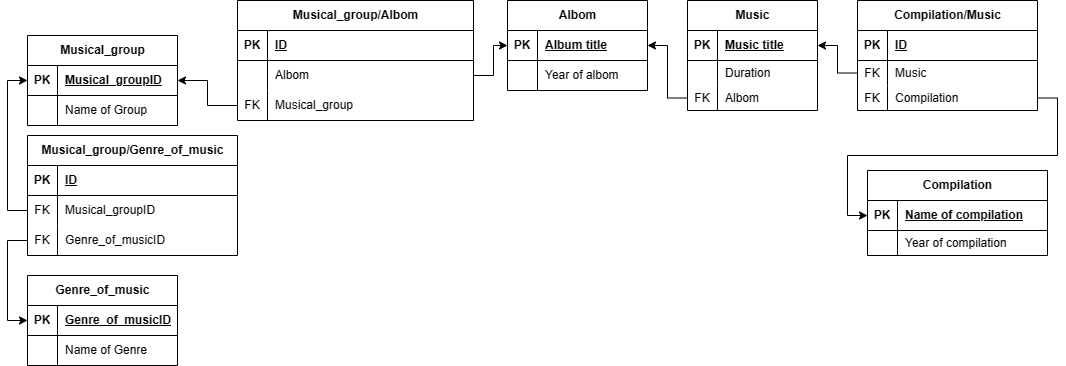
This is Music_extend.png from IosifStatham/Music-BD, a draw.io export, as it was before one commit. Source tidied: cells renumbered, new cells last; positions are measured from the earlier drawing's top-left corner, leaving out a move shared by most shapes.
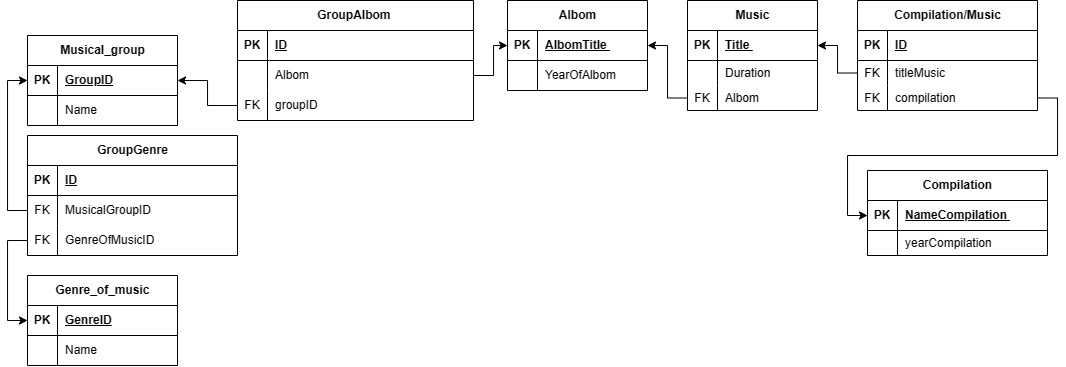
After the change.

Change to the diagram source:
```diff
@@ -11,7 +11,7 @@
     <mxCell id="4" value="PK" style="shape=partialRectangle;fillColor=none;top=0;left=0;bottom=0;right=0;fontStyle=1;overflow=hidden;whiteSpace=wrap;html=1;" parent="3" vertex="1">
       <mxGeometry width="30" height="30" as="geometry" />
     </mxCell>
-    <mxCell id="5" value="Genre_of_musicID" style="shape=partialRectangle;fillColor=none;top=0;left=0;bottom=0;right=0;align=left;spacingLeft=6;fontStyle=5;overflow=hidden;whiteSpace=wrap;html=1;" parent="3" vertex="1">
+    <mxCell id="5" value="GenreID" style="shape=partialRectangle;fillColor=none;top=0;left=0;bottom=0;right=0;align=left;spacingLeft=6;fontStyle=5;overflow=hidden;whiteSpace=wrap;html=1;" parent="3" vertex="1">
       <mxGeometry x="30" width="120" height="30" as="geometry" />
     </mxCell>
     <mxCell id="6" style="shape=tableRow;horizontal=0;startSize=0;swimlaneHead=0;swimlaneBody=0;fillColor=none;top=0;left=0;right=0;bottom=0;" parent="2" vertex="1">
@@ -20,7 +20,7 @@
     <mxCell id="7" style="shape=partialRectangle;fillColor=none;top=0;left=0;bottom=0;right=0;overflow=hidden;whiteSpace=wrap;html=1;" parent="6" vertex="1">
       <mxGeometry width="30" height="30" as="geometry" />
     </mxCell>
-    <mxCell id="8" value="Name of Genre" style="shape=partialRectangle;fillColor=none;top=0;left=0;bottom=0;right=0;align=left;spacingLeft=6;overflow=hidden;whiteSpace=wrap;html=1;" parent="6" vertex="1">
+    <mxCell id="8" value="Name" style="shape=partialRectangle;fillColor=none;top=0;left=0;bottom=0;right=0;align=left;spacingLeft=6;overflow=hidden;whiteSpace=wrap;html=1;" parent="6" vertex="1">
       <mxGeometry x="30" width="120" height="30" as="geometry" />
     </mxCell>
     <mxCell id="9" value="Musical_group" style="shape=table;startSize=30;rowLines=0;fontStyle=1;align=center;html=1;" parent="1" vertex="1">
@@ -32,7 +32,7 @@
     <mxCell id="11" value="PK" style="shape=partialRectangle;fillColor=none;top=0;left=0;bottom=0;right=0;fontStyle=1;overflow=hidden;whiteSpace=wrap;html=1;" parent="10" vertex="1">
       <mxGeometry width="30" height="30" as="geometry" />
     </mxCell>
-    <mxCell id="12" value="Musical_groupID" style="shape=partialRectangle;fillColor=none;top=0;left=0;bottom=0;right=0;align=left;spacingLeft=6;fontStyle=5;overflow=hidden;whiteSpace=wrap;html=1;" parent="10" vertex="1">
+    <mxCell id="12" value="GroupID" style="shape=partialRectangle;fillColor=none;top=0;left=0;bottom=0;right=0;align=left;spacingLeft=6;fontStyle=5;overflow=hidden;whiteSpace=wrap;html=1;" parent="10" vertex="1">
       <mxGeometry x="30" width="120" height="30" as="geometry" />
     </mxCell>
     <mxCell id="13" style="shape=tableRow;horizontal=0;startSize=0;swimlaneHead=0;swimlaneBody=0;fillColor=none;top=0;left=0;right=0;bottom=0;" parent="9" vertex="1">
@@ -41,7 +41,7 @@
     <mxCell id="14" style="shape=partialRectangle;fillColor=none;top=0;left=0;bottom=0;right=0;overflow=hidden;whiteSpace=wrap;html=1;" parent="13" vertex="1">
       <mxGeometry width="30" height="30" as="geometry" />
     </mxCell>
-    <mxCell id="15" value="Name of Group" style="shape=partialRectangle;fillColor=none;top=0;left=0;bottom=0;right=0;align=left;spacingLeft=6;overflow=hidden;whiteSpace=wrap;html=1;" parent="13" vertex="1">
+    <mxCell id="15" value="Name" style="shape=partialRectangle;fillColor=none;top=0;left=0;bottom=0;right=0;align=left;spacingLeft=6;overflow=hidden;whiteSpace=wrap;html=1;" parent="13" vertex="1">
       <mxGeometry x="30" width="120" height="30" as="geometry" />
     </mxCell>
     <mxCell id="16" value="Albom" style="shape=table;startSize=30;rowLines=0;fontStyle=1;align=center;html=1;" parent="1" vertex="1">
@@ -53,7 +53,7 @@
     <mxCell id="18" value="PK" style="shape=partialRectangle;fillColor=none;top=0;left=0;bottom=0;right=0;fontStyle=1;overflow=hidden;whiteSpace=wrap;html=1;" parent="17" vertex="1">
       <mxGeometry width="30" height="30" as="geometry" />
     </mxCell>
-    <mxCell id="19" value="Album title" style="shape=partialRectangle;fillColor=none;top=0;left=0;bottom=0;right=0;align=left;spacingLeft=6;fontStyle=5;overflow=hidden;whiteSpace=wrap;html=1;" parent="17" vertex="1">
+    <mxCell id="19" value="AlbomTitle&amp;nbsp;" style="shape=partialRectangle;fillColor=none;top=0;left=0;bottom=0;right=0;align=left;spacingLeft=6;fontStyle=5;overflow=hidden;whiteSpace=wrap;html=1;" parent="17" vertex="1">
       <mxGeometry x="30" width="110" height="30" as="geometry" />
     </mxCell>
     <mxCell id="20" style="shape=tableRow;horizontal=0;startSize=0;swimlaneHead=0;swimlaneBody=0;fillColor=none;top=0;left=0;right=0;bottom=0;" parent="16" vertex="1">
@@ -62,7 +62,7 @@
     <mxCell id="21" style="shape=partialRectangle;fillColor=none;top=0;left=0;bottom=0;right=0;overflow=hidden;whiteSpace=wrap;html=1;" parent="20" vertex="1">
       <mxGeometry width="30" height="30" as="geometry" />
     </mxCell>
-    <mxCell id="22" value="Year of albom" style="shape=partialRectangle;fillColor=none;top=0;left=0;bottom=0;right=0;align=left;spacingLeft=6;overflow=hidden;whiteSpace=wrap;html=1;" parent="20" vertex="1">
+    <mxCell id="22" value="YearOfAlbom&amp;nbsp;" style="shape=partialRectangle;fillColor=none;top=0;left=0;bottom=0;right=0;align=left;spacingLeft=6;overflow=hidden;whiteSpace=wrap;html=1;" parent="20" vertex="1">
       <mxGeometry x="30" width="110" height="30" as="geometry" />
     </mxCell>
     <mxCell id="23" style="edgeStyle=orthogonalEdgeStyle;rounded=0;orthogonalLoop=1;jettySize=auto;html=1;exitX=1;exitY=0.5;exitDx=0;exitDy=0;" parent="16" edge="1">
@@ -80,7 +80,7 @@
     <mxCell id="26" value="PK" style="shape=partialRectangle;fillColor=none;top=0;left=0;bottom=0;right=0;fontStyle=1;overflow=hidden;whiteSpace=wrap;html=1;" parent="25" vertex="1">
       <mxGeometry width="30" height="30" as="geometry" />
     </mxCell>
-    <mxCell id="27" value="Music title" style="shape=partialRectangle;fillColor=none;top=0;left=0;bottom=0;right=0;align=left;spacingLeft=6;fontStyle=5;overflow=hidden;whiteSpace=wrap;html=1;" parent="25" vertex="1">
+    <mxCell id="27" value="Title&amp;nbsp;" style="shape=partialRectangle;fillColor=none;top=0;left=0;bottom=0;right=0;align=left;spacingLeft=6;fontStyle=5;overflow=hidden;whiteSpace=wrap;html=1;" parent="25" vertex="1">
       <mxGeometry x="30" width="100" height="30" as="geometry" />
     </mxCell>
     <mxCell id="28" style="shape=tableRow;horizontal=0;startSize=0;swimlaneHead=0;swimlaneBody=0;fillColor=none;top=0;left=0;right=0;bottom=0;" parent="24" vertex="1">
@@ -110,7 +110,7 @@
     <mxCell id="36" value="PK" style="shape=partialRectangle;fillColor=none;top=0;left=0;bottom=0;right=0;fontStyle=1;overflow=hidden;whiteSpace=wrap;html=1;" parent="35" vertex="1">
       <mxGeometry width="30" height="30" as="geometry" />
     </mxCell>
-    <mxCell id="37" value="Name of&amp;nbsp;compilation" style="shape=partialRectangle;fillColor=none;top=0;left=0;bottom=0;right=0;align=left;spacingLeft=6;fontStyle=5;overflow=hidden;whiteSpace=wrap;html=1;" parent="35" vertex="1">
+    <mxCell id="37" value="NameCompilation&amp;nbsp;" style="shape=partialRectangle;fillColor=none;top=0;left=0;bottom=0;right=0;align=left;spacingLeft=6;fontStyle=5;overflow=hidden;whiteSpace=wrap;html=1;" parent="35" vertex="1">
       <mxGeometry x="30" width="150" height="30" as="geometry" />
     </mxCell>
     <mxCell id="38" style="shape=tableRow;horizontal=0;startSize=0;swimlaneHead=0;swimlaneBody=0;fillColor=none;top=0;left=0;right=0;bottom=0;" parent="34" vertex="1">
@@ -119,10 +119,10 @@
     <mxCell id="39" style="shape=partialRectangle;fillColor=none;top=0;left=0;bottom=0;right=0;overflow=hidden;whiteSpace=wrap;html=1;" parent="38" vertex="1">
       <mxGeometry width="30" height="25" as="geometry" />
     </mxCell>
-    <mxCell id="40" value="Year of&amp;nbsp;compilation" style="shape=partialRectangle;fillColor=none;top=0;left=0;bottom=0;right=0;align=left;spacingLeft=6;overflow=hidden;whiteSpace=wrap;html=1;" parent="38" vertex="1">
+    <mxCell id="40" value="yearCompilation&amp;nbsp;" style="shape=partialRectangle;fillColor=none;top=0;left=0;bottom=0;right=0;align=left;spacingLeft=6;overflow=hidden;whiteSpace=wrap;html=1;" parent="38" vertex="1">
       <mxGeometry x="30" width="150" height="25" as="geometry" />
     </mxCell>
-    <mxCell id="41" value="Musical_group/Genre_of_music" style="shape=table;startSize=30;rowLines=0;fontStyle=1;align=center;html=1;" parent="1" vertex="1">
+    <mxCell id="41" value="GroupGenre" style="shape=table;startSize=30;rowLines=0;fontStyle=1;align=center;html=1;" parent="1" vertex="1">
       <mxGeometry y="135" width="210" height="120" as="geometry" />
     </mxCell>
     <mxCell id="42" style="shape=tableRow;horizontal=0;startSize=0;swimlaneHead=0;swimlaneBody=0;fillColor=none;top=0;left=0;right=0;bottom=1;" parent="41" vertex="1">
@@ -140,7 +140,7 @@
     <mxCell id="46" value="FK" style="shape=partialRectangle;fillColor=none;top=0;left=0;bottom=0;right=0;overflow=hidden;whiteSpace=wrap;html=1;" parent="45" vertex="1">
       <mxGeometry width="30" height="30" as="geometry" />
     </mxCell>
-    <mxCell id="47" value="Musical_groupID" style="shape=partialRectangle;fillColor=none;top=0;left=0;bottom=0;right=0;align=left;spacingLeft=6;overflow=hidden;whiteSpace=wrap;html=1;" parent="45" vertex="1">
+    <mxCell id="47" value="MusicalGroupID" style="shape=partialRectangle;fillColor=none;top=0;left=0;bottom=0;right=0;align=left;spacingLeft=6;overflow=hidden;whiteSpace=wrap;html=1;" parent="45" vertex="1">
       <mxGeometry x="30" width="180" height="30" as="geometry" />
     </mxCell>
     <mxCell id="48" style="shape=tableRow;horizontal=0;startSize=0;swimlaneHead=0;swimlaneBody=0;fillColor=none;points=[[0,0.5],[1,0.5]];portConstraint=eastwest;top=0;left=0;right=0;bottom=0;" parent="41" vertex="1">
@@ -149,10 +149,10 @@
     <mxCell id="49" value="FK" style="shape=partialRectangle;fillColor=none;top=0;left=0;bottom=0;right=0;overflow=hidden;whiteSpace=wrap;html=1;" parent="48" vertex="1">
       <mxGeometry width="30" height="30" as="geometry" />
     </mxCell>
-    <mxCell id="50" value="Genre_of_musicID" style="shape=partialRectangle;fillColor=none;top=0;left=0;bottom=0;right=0;align=left;spacingLeft=6;overflow=hidden;whiteSpace=wrap;html=1;" parent="48" vertex="1">
+    <mxCell id="50" value="GenreOfMusicID&amp;nbsp;" style="shape=partialRectangle;fillColor=none;top=0;left=0;bottom=0;right=0;align=left;spacingLeft=6;overflow=hidden;whiteSpace=wrap;html=1;" parent="48" vertex="1">
       <mxGeometry x="30" width="180" height="30" as="geometry" />
     </mxCell>
-    <mxCell id="51" value="Musical_group/Albom" style="shape=table;startSize=30;rowLines=0;fontStyle=1;align=center;html=1;" parent="1" vertex="1">
+    <mxCell id="51" value="GroupAlbom&amp;nbsp;" style="shape=table;startSize=30;rowLines=0;fontStyle=1;align=center;html=1;" parent="1" vertex="1">
       <mxGeometry x="210" width="236" height="120" as="geometry" />
     </mxCell>
     <mxCell id="52" style="shape=tableRow;horizontal=0;startSize=0;swimlaneHead=0;swimlaneBody=0;fillColor=none;top=0;left=0;right=0;bottom=1;" parent="51" vertex="1">
@@ -179,7 +179,7 @@
     <mxCell id="59" value="FK" style="shape=partialRectangle;fillColor=none;top=0;left=0;bottom=0;right=0;overflow=hidden;whiteSpace=wrap;html=1;" parent="58" vertex="1">
       <mxGeometry width="30" height="30" as="geometry" />
     </mxCell>
-    <mxCell id="60" value="Musical_group" style="shape=partialRectangle;fillColor=none;top=0;left=0;bottom=0;right=0;align=left;spacingLeft=6;overflow=hidden;whiteSpace=wrap;html=1;" parent="58" vertex="1">
+    <mxCell id="60" value="groupID&amp;nbsp;" style="shape=partialRectangle;fillColor=none;top=0;left=0;bottom=0;right=0;align=left;spacingLeft=6;overflow=hidden;whiteSpace=wrap;html=1;" parent="58" vertex="1">
       <mxGeometry x="30" width="206" height="30" as="geometry" />
     </mxCell>
     <mxCell id="61" style="edgeStyle=orthogonalEdgeStyle;rounded=0;jettySize=auto;html=1;exitX=1;exitY=0.5;exitDx=0;exitDy=0;entryX=0;entryY=0.5;entryDx=0;entryDy=0;" parent="1" edge="1" source="55" target="17">
@@ -203,7 +203,7 @@
     <mxCell id="67" value="FK" style="shape=partialRectangle;fillColor=none;top=0;left=0;bottom=0;right=0;overflow=hidden;whiteSpace=wrap;html=1;" parent="66" vertex="1">
       <mxGeometry width="30" height="25" as="geometry" />
     </mxCell>
-    <mxCell id="68" value="Music" style="shape=partialRectangle;fillColor=none;top=0;left=0;bottom=0;right=0;align=left;spacingLeft=6;overflow=hidden;whiteSpace=wrap;html=1;" parent="66" vertex="1">
+    <mxCell id="68" value="titleMusic&amp;nbsp;" style="shape=partialRectangle;fillColor=none;top=0;left=0;bottom=0;right=0;align=left;spacingLeft=6;overflow=hidden;whiteSpace=wrap;html=1;" parent="66" vertex="1">
       <mxGeometry x="30" width="150" height="25" as="geometry" />
     </mxCell>
     <mxCell id="69" style="shape=tableRow;horizontal=0;startSize=0;swimlaneHead=0;swimlaneBody=0;fillColor=none;points=[[0,0.5],[1,0.5]];portConstraint=eastwest;top=0;left=0;right=0;bottom=0;" parent="62" vertex="1">
@@ -212,7 +212,7 @@
     <mxCell id="70" value="FK" style="shape=partialRectangle;fillColor=none;top=0;left=0;bottom=0;right=0;overflow=hidden;whiteSpace=wrap;html=1;" parent="69" vertex="1">
       <mxGeometry width="30" height="25" as="geometry" />
     </mxCell>
-    <mxCell id="71" value="Compilation" style="shape=partialRectangle;fillColor=none;top=0;left=0;bottom=0;right=0;align=left;spacingLeft=6;overflow=hidden;whiteSpace=wrap;html=1;" parent="69" vertex="1">
+    <mxCell id="71" value="compilation&amp;nbsp;" style="shape=partialRectangle;fillColor=none;top=0;left=0;bottom=0;right=0;align=left;spacingLeft=6;overflow=hidden;whiteSpace=wrap;html=1;" parent="69" vertex="1">
       <mxGeometry x="30" width="150" height="25" as="geometry" />
     </mxCell>
     <mxCell id="72" style="edgeStyle=orthogonalEdgeStyle;rounded=0;jettySize=auto;html=1;exitX=0;exitY=0.5;exitDx=0;exitDy=0;" parent="1" edge="1" source="66" target="25">
```
